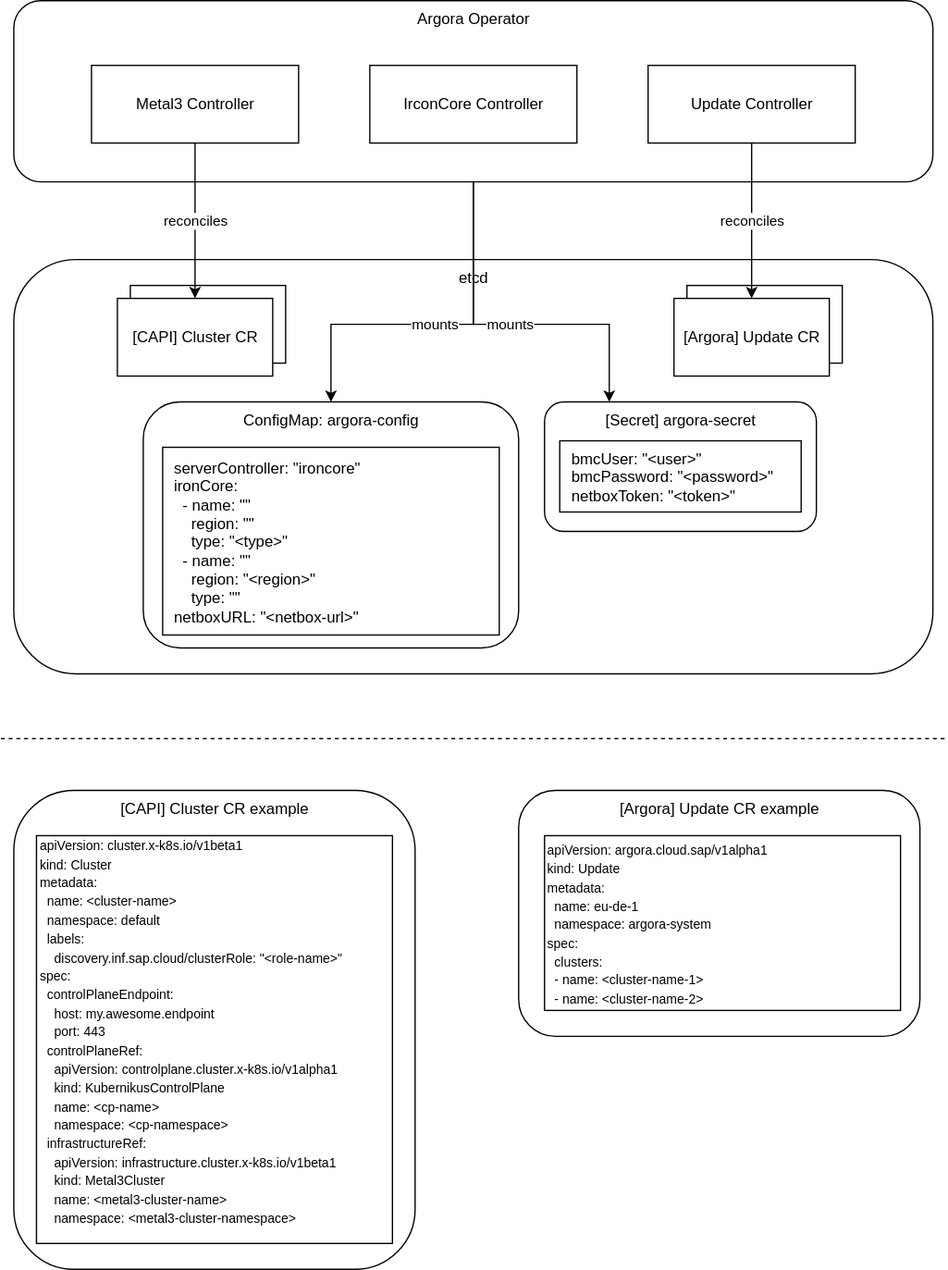
Before: docs/architecture/argora.svg, a diagram exported from draw.io (sapcc/argora). Source tidied: cells renumbered, new cells last; positions are measured from the earlier drawing's top-left corner, leaving out a move shared by most shapes.
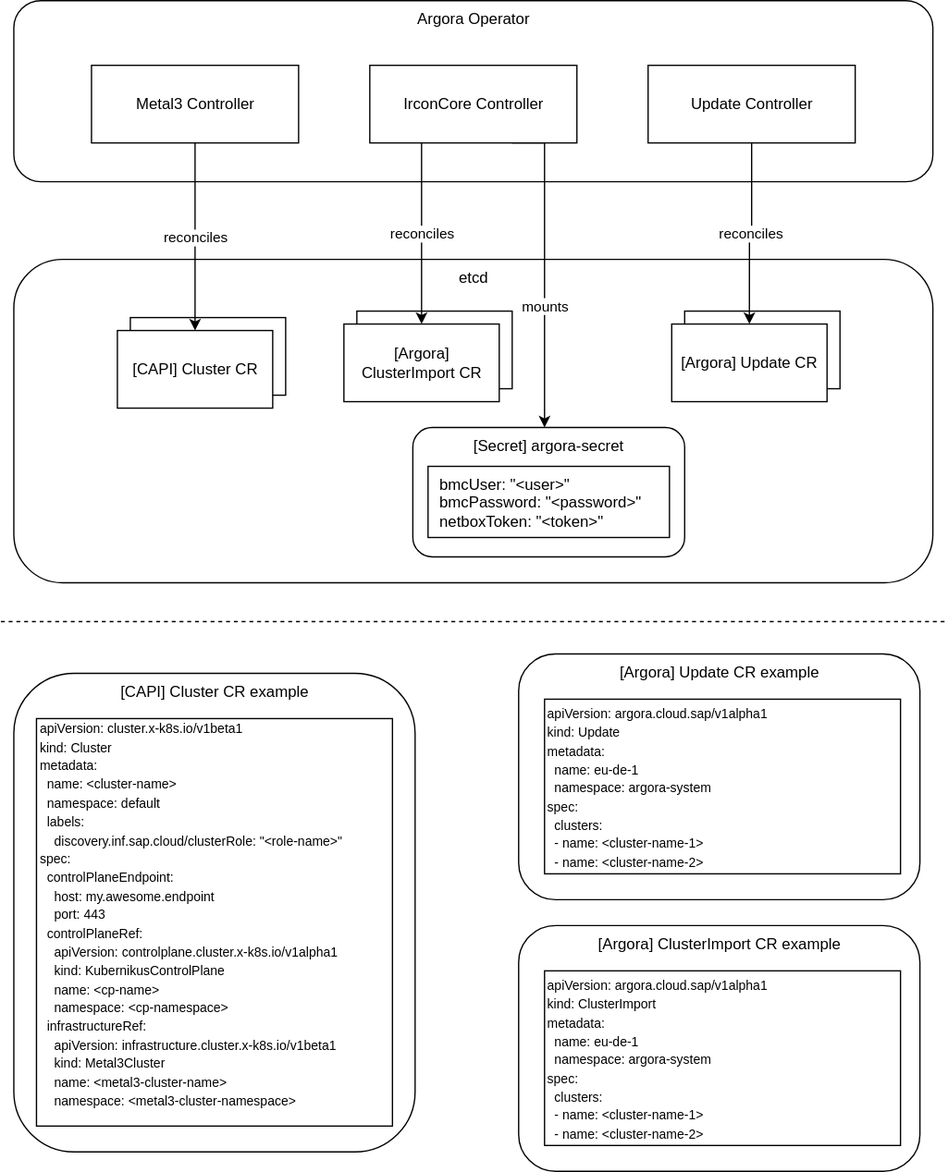
The same file after the commit.

What changed in the source:
```diff
@@ -3,19 +3,20 @@
     <mxCell id="0" />
     <mxCell id="1" parent="0" />
     <mxCell id="2" value="etcd" style="rounded=1;whiteSpace=wrap;html=1;verticalAlign=top;" parent="1" vertex="1">
-      <mxGeometry x="10" y="200" width="710" height="320" as="geometry" />
+      <mxGeometry x="10" y="200" width="710" height="250" as="geometry" />
     </mxCell>
+    <mxCell id="4" value="Argora Operator" style="rounded=1;whiteSpace=wrap;html=1;align=center;spacingBottom=0;verticalAlign=top;" parent="1" vertex="1">
+      <mxGeometry x="10" width="710" height="140" as="geometry" />
+    </mxCell>
-    <mxCell id="3" value="mounts" style="edgeStyle=orthogonalEdgeStyle;rounded=0;jettySize=auto;html=1;" parent="1" edge="1" source="4" target="15">
-      <mxGeometry relative="1" as="geometry">
+    <mxCell id="3" value="mounts" style="edgeStyle=orthogonalEdgeStyle;rounded=0;orthogonalLoop=1;jettySize=auto;html=1;exitX=0.75;exitY=1;exitDx=0;exitDy=0;" parent="1" edge="1">
+      <mxGeometry x="0.23" relative="1" as="geometry">
+        <mxPoint x="395" y="110" as="sourcePoint" />
+        <mxPoint x="420" y="330" as="targetPoint" />
         <Array as="points">
-          <mxPoint x="365" y="250" />
-          <mxPoint x="470" y="250" />
+          <mxPoint x="420" y="110" />
         </Array>
       </mxGeometry>
     </mxCell>
-    <mxCell id="4" value="Argora Operator" style="rounded=1;whiteSpace=wrap;html=1;align=center;spacingBottom=0;verticalAlign=top;" parent="1" vertex="1">
-      <mxGeometry x="10" width="710" height="140" as="geometry" />
-    </mxCell>
     <mxCell id="5" value="Metal3 Controller" style="rounded=0;whiteSpace=wrap;html=1;" parent="1" vertex="1">
       <mxGeometry x="70" y="50" width="160" height="60" as="geometry" />
     </mxCell>
@@ -26,31 +27,25 @@
       <mxGeometry x="500" y="50" width="160" height="60" as="geometry" />
     </mxCell>
     <mxCell id="8" style="rounded=0;whiteSpace=wrap;html=1;" parent="1" vertex="1">
-      <mxGeometry x="100" y="220" width="120" height="60" as="geometry" />
+      <mxGeometry x="100" y="245" width="120" height="60" as="geometry" />
     </mxCell>
     <mxCell id="9" value="[CAPI] Cluster CR" style="rounded=0;whiteSpace=wrap;html=1;" parent="1" vertex="1">
-      <mxGeometry x="90" y="230" width="120" height="60" as="geometry" />
+      <mxGeometry x="90" y="255" width="120" height="60" as="geometry" />
     </mxCell>
-    <mxCell id="10" value="ConfigMap: argora-config" style="rounded=1;whiteSpace=wrap;html=1;verticalAlign=top;" parent="1" vertex="1">
-      <mxGeometry x="110" y="310" width="290" height="190" as="geometry" />
-    </mxCell>
     <mxCell id="11" value="reconciles" style="edgeStyle=orthogonalEdgeStyle;rounded=0;jettySize=auto;html=1;exitX=0.5;exitY=1;exitDx=0;exitDy=0;entryX=0.5;entryY=0;entryDx=0;entryDy=0;" parent="1" edge="1" source="5" target="9">
       <mxGeometry relative="1" as="geometry" />
     </mxCell>
-    <mxCell id="12" value="&lt;div&gt;&amp;nbsp; serverController: &quot;ironcore&quot;&lt;/div&gt;&lt;div&gt;&amp;nbsp; ironCore:&lt;/div&gt;&lt;div&gt;&amp;nbsp; &amp;nbsp; - name: &quot;&quot;&lt;/div&gt;&lt;div&gt;&amp;nbsp; &amp;nbsp; &amp;nbsp; region: &quot;&quot;&lt;/div&gt;&lt;div&gt;&amp;nbsp; &amp;nbsp; &amp;nbsp; type: &quot;&amp;lt;type&amp;gt;&quot;&lt;/div&gt;&lt;div&gt;&amp;nbsp; &amp;nbsp; - name: &quot;&quot;&lt;/div&gt;&lt;div&gt;&amp;nbsp; &amp;nbsp; &amp;nbsp; region: &quot;&amp;lt;region&amp;gt;&quot;&lt;/div&gt;&lt;div&gt;&amp;nbsp; &amp;nbsp; &amp;nbsp; type: &quot;&quot;&lt;/div&gt;&lt;div style=&quot;&quot;&gt;&amp;nbsp; netboxURL: &quot;&amp;lt;netbox-url&amp;gt;&quot;&lt;/div&gt;" style="rounded=0;whiteSpace=wrap;html=1;align=left;" parent="1" vertex="1">
-      <mxGeometry x="125" y="345" width="260" height="145" as="geometry" />
-    </mxCell>
     <mxCell id="13" style="rounded=0;whiteSpace=wrap;html=1;" parent="1" vertex="1">
-      <mxGeometry x="530" y="220" width="120" height="60" as="geometry" />
+      <mxGeometry x="528.2" y="240" width="120" height="60" as="geometry" />
     </mxCell>
     <mxCell id="14" value="[Argora] Update CR" style="rounded=0;whiteSpace=wrap;html=1;" parent="1" vertex="1">
-      <mxGeometry x="520" y="230" width="120" height="60" as="geometry" />
+      <mxGeometry x="518.2" y="250" width="120" height="60" as="geometry" />
     </mxCell>
     <mxCell id="15" value="[Secret&lt;span style=&quot;background-color: transparent; color: light-dark(rgb(0, 0, 0), rgb(255, 255, 255));&quot;&gt;] argora-secret&lt;/span&gt;" style="rounded=1;whiteSpace=wrap;html=1;verticalAlign=top;" parent="1" vertex="1">
-      <mxGeometry x="420" y="310" width="210" height="100" as="geometry" />
+      <mxGeometry x="318.2" y="330" width="210" height="100" as="geometry" />
     </mxCell>
     <mxCell id="16" value="&lt;div&gt;&amp;nbsp; bmcUser: &quot;&amp;lt;user&amp;gt;&quot;&lt;/div&gt;&lt;div&gt;&amp;nbsp; bmcPassword: &quot;&amp;lt;password&amp;gt;&quot;&lt;/div&gt;&lt;div&gt;&amp;nbsp; netboxToken: &quot;&amp;lt;token&amp;gt;&quot;&lt;/div&gt;" style="rounded=0;whiteSpace=wrap;html=1;align=left;" parent="1" vertex="1">
-      <mxGeometry x="431.8" y="340" width="186.5" height="55" as="geometry" />
+      <mxGeometry x="330" y="360" width="186.5" height="55" as="geometry" />
     </mxCell>
     <mxCell id="17" style="edgeStyle=orthogonalEdgeStyle;rounded=0;orthogonalLoop=1;jettySize=auto;html=1;exitX=0.5;exitY=1;exitDx=0;exitDy=0;" parent="1" edge="1" source="15" target="15">
       <mxGeometry relative="1" as="geometry" />
@@ -58,31 +53,38 @@
     <mxCell id="18" value="reconciles" style="edgeStyle=orthogonalEdgeStyle;rounded=0;jettySize=auto;html=1;entryX=0.5;entryY=0;entryDx=0;entryDy=0;" parent="1" edge="1" source="7" target="14">
       <mxGeometry relative="1" as="geometry" />
     </mxCell>
-    <mxCell id="19" value="mounts" style="edgeStyle=orthogonalEdgeStyle;rounded=0;jettySize=auto;html=1;" parent="1" edge="1" source="4" target="10">
-      <mxGeometry relative="1" as="geometry">
-        <Array as="points">
-          <mxPoint x="365" y="250" />
-          <mxPoint x="255" y="250" />
-        </Array>
-      </mxGeometry>
-    </mxCell>
     <mxCell id="20" style="endArrow=none;dashed=1;html=1;rounded=0;" parent="1" edge="1">
       <mxGeometry relative="1" as="geometry">
-        <mxPoint y="570" as="sourcePoint" />
-        <mxPoint x="730" y="570" as="targetPoint" />
+        <mxPoint y="480" as="sourcePoint" />
+        <mxPoint x="730" y="480" as="targetPoint" />
       </mxGeometry>
     </mxCell>
     <mxCell id="21" value="[CAPI] Cluster CR example" style="rounded=1;whiteSpace=wrap;html=1;verticalAlign=top;" parent="1" vertex="1">
-      <mxGeometry x="10" y="610" width="310" height="370" as="geometry" />
+      <mxGeometry x="10" y="520" width="310" height="370" as="geometry" />
     </mxCell>
     <mxCell id="22" value="&lt;div&gt;&lt;font style=&quot;font-size: 10px;&quot;&gt;apiVersion: cluster.x-k8s.io/v1beta1&lt;/font&gt;&lt;/div&gt;&lt;div&gt;&lt;font style=&quot;font-size: 10px;&quot;&gt;kind: Cluster&lt;/font&gt;&lt;/div&gt;&lt;div&gt;&lt;font style=&quot;font-size: 10px;&quot;&gt;metadata:&lt;/font&gt;&lt;/div&gt;&lt;div&gt;&lt;font style=&quot;font-size: 10px;&quot;&gt;&amp;nbsp; name: &amp;lt;cluster-name&amp;gt;&lt;/font&gt;&lt;/div&gt;&lt;div&gt;&lt;font style=&quot;font-size: 10px;&quot;&gt;&amp;nbsp; namespace: default&lt;/font&gt;&lt;/div&gt;&lt;div&gt;&lt;font style=&quot;font-size: 10px;&quot;&gt;&amp;nbsp; labels:&lt;/font&gt;&lt;/div&gt;&lt;div&gt;&lt;font style=&quot;font-size: 10px;&quot;&gt;&amp;nbsp; &amp;nbsp; discovery.inf.sap.cloud/clusterRole: &quot;&amp;lt;role-name&amp;gt;&quot;&lt;/font&gt;&lt;/div&gt;&lt;div&gt;&lt;font style=&quot;font-size: 10px;&quot;&gt;spec:&lt;/font&gt;&lt;/div&gt;&lt;div&gt;&lt;font style=&quot;font-size: 10px;&quot;&gt;&amp;nbsp; controlPlaneEndpoint:&lt;/font&gt;&lt;/div&gt;&lt;div&gt;&lt;font style=&quot;font-size: 10px;&quot;&gt;&amp;nbsp; &amp;nbsp; host: my.awesome.endpoint&lt;/font&gt;&lt;/div&gt;&lt;div&gt;&lt;font style=&quot;font-size: 10px;&quot;&gt;&amp;nbsp; &amp;nbsp; port: 443&lt;/font&gt;&lt;/div&gt;&lt;div&gt;&lt;font style=&quot;font-size: 10px;&quot;&gt;&amp;nbsp; controlPlaneRef:&lt;/font&gt;&lt;/div&gt;&lt;div&gt;&lt;font style=&quot;font-size: 10px;&quot;&gt;&amp;nbsp; &amp;nbsp; apiVersion: controlplane.cluster.x-k8s.io/v1alpha1&lt;/font&gt;&lt;/div&gt;&lt;div&gt;&lt;font style=&quot;font-size: 10px;&quot;&gt;&amp;nbsp; &amp;nbsp; kind: KubernikusControlPlane&lt;/font&gt;&lt;/div&gt;&lt;div&gt;&lt;font style=&quot;font-size: 10px;&quot;&gt;&amp;nbsp; &amp;nbsp; name: &amp;lt;cp-name&amp;gt;&lt;/font&gt;&lt;/div&gt;&lt;div&gt;&lt;font style=&quot;font-size: 10px;&quot;&gt;&amp;nbsp; &amp;nbsp; namespace: &amp;lt;cp-namespace&amp;gt;&lt;/font&gt;&lt;/div&gt;&lt;div&gt;&lt;font style=&quot;font-size: 10px;&quot;&gt;&amp;nbsp; infrastructureRef:&lt;/font&gt;&lt;/div&gt;&lt;div&gt;&lt;font style=&quot;font-size: 10px;&quot;&gt;&amp;nbsp; &amp;nbsp; apiVersion: infrastructure.cluster.x-k8s.io/v1beta1&lt;/font&gt;&lt;/div&gt;&lt;div&gt;&lt;font style=&quot;font-size: 10px;&quot;&gt;&amp;nbsp; &amp;nbsp; kind: Metal3Cluster&lt;/font&gt;&lt;/div&gt;&lt;div&gt;&lt;font style=&quot;font-size: 10px;&quot;&gt;&amp;nbsp; &amp;nbsp; name: &amp;lt;metal3-cluster-name&amp;gt;&lt;/font&gt;&lt;/div&gt;&lt;div&gt;&lt;span style=&quot;font-size: 10px; background-color: transparent; color: light-dark(rgb(0, 0, 0), rgb(255, 255, 255));&quot;&gt;&amp;nbsp; &amp;nbsp; namespace: &amp;lt;metal3-cluster-namespace&amp;gt;&lt;/span&gt;&lt;/div&gt;&lt;div&gt;&lt;br&gt;&lt;/div&gt;" style="rounded=0;whiteSpace=wrap;html=1;align=left;" parent="1" vertex="1">
-      <mxGeometry x="27.5" y="645" width="275" height="315" as="geometry" />
+      <mxGeometry x="27.5" y="555" width="275" height="315" as="geometry" />
     </mxCell>
     <mxCell id="23" value="[Argora] Update CR example" style="rounded=1;whiteSpace=wrap;html=1;verticalAlign=top;" parent="1" vertex="1">
-      <mxGeometry x="400" y="610" width="310" height="190" as="geometry" />
+      <mxGeometry x="400" y="505" width="310" height="190" as="geometry" />
     </mxCell>
     <mxCell id="24" value="&lt;div&gt;&lt;span style=&quot;font-size: 10px;&quot;&gt;apiVersion: argora.cloud.sap/v1alpha1&lt;/span&gt;&lt;/div&gt;&lt;div&gt;&lt;span style=&quot;font-size: 10px;&quot;&gt;kind: Update&lt;/span&gt;&lt;/div&gt;&lt;div&gt;&lt;span style=&quot;font-size: 10px;&quot;&gt;metadata:&lt;/span&gt;&lt;/div&gt;&lt;div&gt;&lt;span style=&quot;font-size: 10px; background-color: transparent; color: light-dark(rgb(0, 0, 0), rgb(255, 255, 255));&quot;&gt;&amp;nbsp; name: eu-de-1&lt;/span&gt;&lt;/div&gt;&lt;div&gt;&lt;span style=&quot;font-size: 10px;&quot;&gt;&amp;nbsp; namespace: argora-system&lt;/span&gt;&lt;/div&gt;&lt;div&gt;&lt;span style=&quot;font-size: 10px; background-color: transparent; color: light-dark(rgb(0, 0, 0), rgb(255, 255, 255));&quot;&gt;spec:&lt;/span&gt;&lt;/div&gt;&lt;div&gt;&lt;span style=&quot;font-size: 10px;&quot;&gt;&amp;nbsp; clusters:&lt;/span&gt;&lt;/div&gt;&lt;div&gt;&lt;span style=&quot;font-size: 10px;&quot;&gt;&amp;nbsp; - name: &amp;lt;cluster-name-1&amp;gt;&lt;/span&gt;&lt;/div&gt;&lt;div&gt;&lt;span style=&quot;font-size: 10px;&quot;&gt;&amp;nbsp; - name:&amp;nbsp;&lt;/span&gt;&lt;span style=&quot;font-size: 10px; background-color: transparent; color: light-dark(rgb(0, 0, 0), rgb(255, 255, 255));&quot;&gt;&amp;lt;cluster-name-2&amp;gt;&lt;/span&gt;&lt;span style=&quot;font-size: 10px;&quot;&gt;&lt;br&gt;&lt;/span&gt;&lt;/div&gt;" style="rounded=0;whiteSpace=wrap;html=1;align=left;" parent="1" vertex="1">
-      <mxGeometry x="420" y="645" width="275" height="135" as="geometry" />
+      <mxGeometry x="420" y="540" width="275" height="135" as="geometry" />
     </mxCell>
+    <mxCell id="25" value="[Argora] ClusterImport CR example" style="rounded=1;whiteSpace=wrap;html=1;verticalAlign=top;" parent="1" vertex="1">
+      <mxGeometry x="400" y="715" width="310" height="190" as="geometry" />
+    </mxCell>
+    <mxCell id="26" value="&lt;div&gt;&lt;span style=&quot;font-size: 10px;&quot;&gt;apiVersion: argora.cloud.sap/v1alpha1&lt;/span&gt;&lt;/div&gt;&lt;div&gt;&lt;span style=&quot;font-size: 10px;&quot;&gt;kind: ClusterImport&lt;/span&gt;&lt;/div&gt;&lt;div&gt;&lt;span style=&quot;font-size: 10px;&quot;&gt;metadata:&lt;/span&gt;&lt;/div&gt;&lt;div&gt;&lt;span style=&quot;font-size: 10px; background-color: transparent; color: light-dark(rgb(0, 0, 0), rgb(255, 255, 255));&quot;&gt;&amp;nbsp; name: eu-de-1&lt;/span&gt;&lt;/div&gt;&lt;div&gt;&lt;span style=&quot;font-size: 10px;&quot;&gt;&amp;nbsp; namespace: argora-system&lt;/span&gt;&lt;/div&gt;&lt;div&gt;&lt;span style=&quot;font-size: 10px; background-color: transparent; color: light-dark(rgb(0, 0, 0), rgb(255, 255, 255));&quot;&gt;spec:&lt;/span&gt;&lt;/div&gt;&lt;div&gt;&lt;span style=&quot;font-size: 10px;&quot;&gt;&amp;nbsp; clusters:&lt;/span&gt;&lt;/div&gt;&lt;div&gt;&lt;span style=&quot;font-size: 10px;&quot;&gt;&amp;nbsp; - name: &amp;lt;cluster-name-1&amp;gt;&lt;/span&gt;&lt;/div&gt;&lt;div&gt;&lt;span style=&quot;font-size: 10px;&quot;&gt;&amp;nbsp; - name:&amp;nbsp;&lt;/span&gt;&lt;span style=&quot;font-size: 10px; background-color: transparent; color: light-dark(rgb(0, 0, 0), rgb(255, 255, 255));&quot;&gt;&amp;lt;cluster-name-2&amp;gt;&lt;/span&gt;&lt;span style=&quot;font-size: 10px;&quot;&gt;&lt;br&gt;&lt;/span&gt;&lt;/div&gt;" style="rounded=0;whiteSpace=wrap;html=1;align=left;" parent="1" vertex="1">
+      <mxGeometry x="420" y="750" width="275" height="135" as="geometry" />
+    </mxCell>
+    <mxCell id="27" style="rounded=0;whiteSpace=wrap;html=1;" parent="1" vertex="1">
+      <mxGeometry x="275" y="240" width="120" height="60" as="geometry" />
+    </mxCell>
+    <mxCell id="28" value="[Argora] ClusterImport CR" style="rounded=0;whiteSpace=wrap;html=1;" parent="1" vertex="1">
+      <mxGeometry x="265" y="250" width="120" height="60" as="geometry" />
+    </mxCell>
+    <mxCell id="29" value="reconciles" style="edgeStyle=orthogonalEdgeStyle;rounded=0;jettySize=auto;html=1;entryX=0.5;entryY=0;entryDx=0;entryDy=0;exitX=0.25;exitY=1;exitDx=0;exitDy=0;" parent="1" edge="1" source="6" target="28">
+      <mxGeometry relative="1" as="geometry" />
+    </mxCell>
   </root>
 </mxGraphModel>
```
